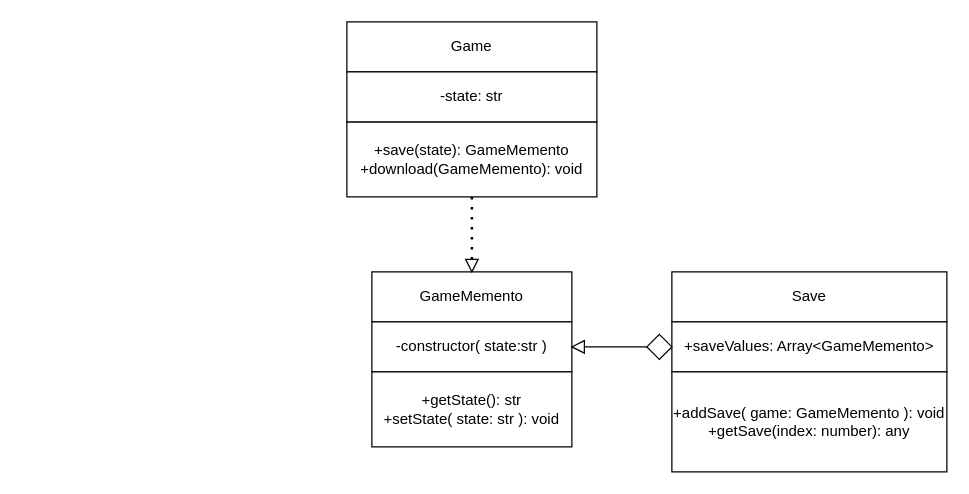
The draw.io diagram 3_behaviour/memento/memento.drawio in plnnsimon/patterns, before the edit. Source tidied: cells renumbered, new cells numbered last; positions are measured from the earlier drawing's top-left corner, leaving out a move shared by most shapes. Both pictures are drawn from the tidied source at 125%, with x=0, y=0 at pixel (346, 21).
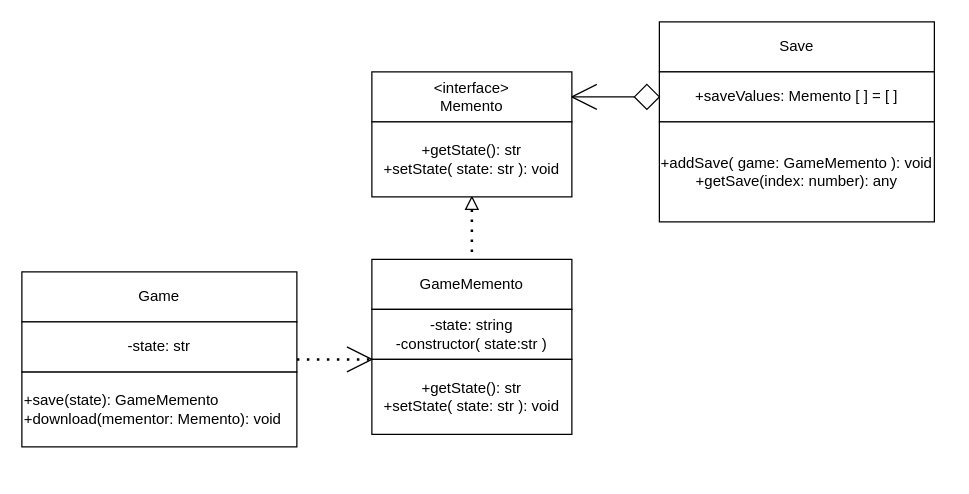
The same page after the edit.

What changed in the source:
```diff
@@
     <mxCell id="2" value="Game" style="rounded=0;whiteSpace=wrap;html=1;" parent="1" vertex="1">
-      <mxGeometry width="200" height="40" as="geometry" />
+      <mxGeometry x="-260" y="200" width="220" height="40" as="geometry" />
     </mxCell>
-    <mxCell id="3" value="+save(state): GameMemento&lt;br&gt;+download(GameMemento): void" style="rounded=0;whiteSpace=wrap;html=1;" parent="1" vertex="1">
-      <mxGeometry y="80" width="200" height="60" as="geometry" />
+    <mxCell id="3" value="+save(state): GameMemento&lt;br&gt;+download(mementor: Memento): void" style="rounded=0;whiteSpace=wrap;html=1;align=left;" parent="1" vertex="1">
+      <mxGeometry x="-260" y="280" width="220" height="60" as="geometry" />
     </mxCell>
     <mxCell id="4" value="GameMemento" style="rounded=0;whiteSpace=wrap;html=1;" parent="1" vertex="1">
-      <mxGeometry x="20" y="200" width="160" height="40" as="geometry" />
+      <mxGeometry x="20" y="190" width="160" height="40" as="geometry" />
     </mxCell>
-    <mxCell id="5" value="-constructor( state:str )" style="rounded=0;whiteSpace=wrap;html=1;" parent="1" vertex="1">
-      <mxGeometry x="20" y="240" width="160" height="40" as="geometry" />
+    <mxCell id="5" value="-state: string&lt;br&gt;-constructor( state:str )" style="rounded=0;whiteSpace=wrap;html=1;" parent="1" vertex="1">
+      <mxGeometry x="20" y="230" width="160" height="40" as="geometry" />
     </mxCell>
     <mxCell id="6" value="+getState(): str&lt;br&gt;+setState( state: str ): void" style="rounded=0;whiteSpace=wrap;html=1;" parent="1" vertex="1">
-      <mxGeometry x="20" y="280" width="160" height="60" as="geometry" />
+      <mxGeometry x="20" y="270" width="160" height="60" as="geometry" />
     </mxCell>
     <mxCell id="7" value="Save" style="rounded=0;whiteSpace=wrap;html=1;" parent="1" vertex="1">
-      <mxGeometry x="260" y="200" width="220" height="40" as="geometry" />
+      <mxGeometry x="250" width="220" height="40" as="geometry" />
     </mxCell>
-    <mxCell id="8" value="+saveValues: Array&amp;lt;GameMemento&amp;gt;" style="rounded=0;whiteSpace=wrap;html=1;" parent="1" vertex="1">
-      <mxGeometry x="260" y="240" width="220" height="40" as="geometry" />
+    <mxCell id="8" value="+saveValues: Memento [ ] = [ ]" style="rounded=0;whiteSpace=wrap;html=1;" parent="1" vertex="1">
+      <mxGeometry x="250" y="40" width="220" height="40" as="geometry" />
     </mxCell>
     <mxCell id="9" value="+addSave( game: GameMemento ): void&lt;br&gt;+getSave(index: number): any" style="rounded=0;whiteSpace=wrap;html=1;" parent="1" vertex="1">
-      <mxGeometry x="260" y="280" width="220" height="80" as="geometry" />
+      <mxGeometry x="250" y="80" width="220" height="80" as="geometry" />
     </mxCell>
     <mxCell id="10" style="rhombus;whiteSpace=wrap;html=1;" parent="1" vertex="1">
-      <mxGeometry x="240" y="250" width="20" height="20" as="geometry" />
+      <mxGeometry x="230" y="50" width="20" height="20" as="geometry" />
     </mxCell>
-    <mxCell id="11" style="endArrow=none;dashed=1;html=1;dashPattern=1 3;strokeWidth=2;entryX=0;entryY=0.5;entryDx=0;entryDy=0;exitX=0.5;exitY=1;exitDx=0;exitDy=0;" parent="1" edge="1" source="3" target="13">
+    <mxCell id="11" style="endArrow=none;dashed=1;html=1;dashPattern=1 3;strokeWidth=2;entryX=0;entryY=0;entryDx=0;entryDy=0;exitX=1;exitY=0.75;exitDx=0;exitDy=0;" parent="1" edge="1" source="12" target="6">
       <mxGeometry relative="1" as="geometry" />
     </mxCell>
     <mxCell id="12" value="-state: str" style="rounded=0;whiteSpace=wrap;html=1;" parent="1" vertex="1">
-      <mxGeometry y="40" width="200" height="40" as="geometry" />
+      <mxGeometry x="-260" y="240" width="220" height="40" as="geometry" />
     </mxCell>
-    <mxCell id="13" style="triangle;whiteSpace=wrap;html=1;rotation=90;" parent="1" vertex="1">
-      <mxGeometry x="95" y="190" width="10" height="10" as="geometry" />
-    </mxCell>
-    <mxCell id="14" style="triangle;whiteSpace=wrap;html=1;rotation=-180;" parent="1" vertex="1">
-      <mxGeometry x="180" y="255" width="10" height="10" as="geometry" />
+    <mxCell id="14" style="triangle;whiteSpace=wrap;html=1;rotation=-90;" parent="1" vertex="1">
+      <mxGeometry x="95" y="140" width="10" height="10" as="geometry" />
     </mxCell>
     <mxCell id="15" style="endArrow=none;html=1;entryX=0;entryY=0.5;entryDx=0;entryDy=0;" parent="1" edge="1" target="10">
       <mxGeometry relative="1" as="geometry">
-        <mxPoint x="190" y="260" as="sourcePoint" />
+        <mxPoint x="180" y="60" as="sourcePoint" />
       </mxGeometry>
     </mxCell>
+    <mxCell id="16" value="&amp;lt;interface&amp;gt;&lt;br&gt;Memento" style="rounded=0;whiteSpace=wrap;html=1;" parent="1" vertex="1">
+      <mxGeometry x="20" y="40" width="160" height="40" as="geometry" />
+    </mxCell>
+    <mxCell id="17" value="+getState(): str&lt;br&gt;+setState( state: str ): void" style="rounded=0;whiteSpace=wrap;html=1;" parent="1" vertex="1">
+      <mxGeometry x="20" y="80" width="160" height="60" as="geometry" />
+    </mxCell>
+    <mxCell id="18" style="endArrow=none;dashed=1;html=1;dashPattern=1 3;strokeWidth=2;entryX=0.5;entryY=0;entryDx=0;entryDy=0;exitX=0;exitY=0.5;exitDx=0;exitDy=0;" parent="1" edge="1" source="14" target="4">
+      <mxGeometry relative="1" as="geometry" />
+    </mxCell>
+    <mxCell id="19" style="endArrow=none;html=1;entryX=0;entryY=0;entryDx=0;entryDy=0;" parent="1" edge="1" target="6">
+      <mxGeometry relative="1" as="geometry">
+        <mxPoint y="280" as="sourcePoint" />
+      </mxGeometry>
+    </mxCell>
+    <mxCell id="20" style="endArrow=none;html=1;entryX=0;entryY=0;entryDx=0;entryDy=0;" parent="1" edge="1" target="6">
+      <mxGeometry relative="1" as="geometry">
+        <mxPoint y="260" as="sourcePoint" />
+      </mxGeometry>
+    </mxCell>
+    <mxCell id="21" style="endArrow=none;html=1;" parent="1" edge="1">
+      <mxGeometry relative="1" as="geometry">
+        <mxPoint x="180" y="60" as="sourcePoint" />
+        <mxPoint x="200" y="50" as="targetPoint" />
+      </mxGeometry>
+    </mxCell>
+    <mxCell id="22" style="endArrow=none;html=1;" parent="1" edge="1">
+      <mxGeometry relative="1" as="geometry">
+        <mxPoint x="180" y="60" as="sourcePoint" />
+        <mxPoint x="200" y="70" as="targetPoint" />
+      </mxGeometry>
+    </mxCell>
```
